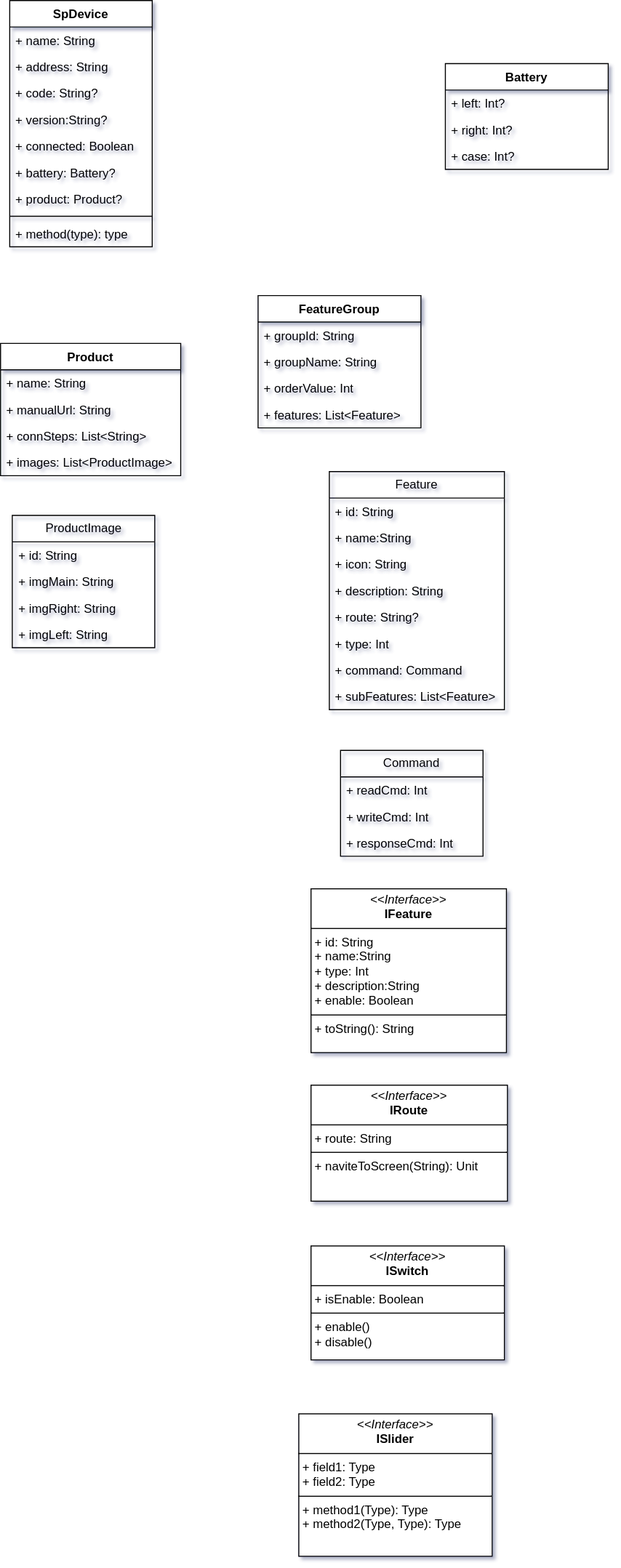
Above: 未命名绘图.drawio.svg in kekemao00/draw-libs (draw.io), before the change. Source tidied: cells renumbered, new cells last; positions are measured from the earlier drawing's top-left corner, leaving out a move shared by most shapes. Its diagram source:
```xml
<mxGraphModel shadow="1">
  <root>
    <mxCell id="0" />
    <mxCell id="1" parent="0" />
    <mxCell id="2" value="SpDevice" style="swimlane;fontStyle=1;align=center;verticalAlign=top;horizontal=1;startSize=26;whiteSpace=wrap;html=1;labelBackgroundColor=none;rounded=0;" parent="1" vertex="1">
      <mxGeometry x="9" width="140" height="242" as="geometry" />
    </mxCell>
    <mxCell id="3" value="+ name: String" style="text;strokeColor=none;fillColor=none;align=left;verticalAlign=top;spacingLeft=4;spacingRight=4;overflow=hidden;whiteSpace=wrap;html=1;labelBackgroundColor=none;rounded=0;" parent="2" vertex="1">
      <mxGeometry y="26" width="140" height="26" as="geometry" />
    </mxCell>
    <mxCell id="4" value="+ address: String" style="text;strokeColor=none;fillColor=none;align=left;verticalAlign=top;spacingLeft=4;spacingRight=4;overflow=hidden;whiteSpace=wrap;html=1;labelBackgroundColor=none;rounded=0;" parent="2" vertex="1">
      <mxGeometry y="52" width="140" height="26" as="geometry" />
    </mxCell>
    <mxCell id="5" value="+ code: String?" style="text;strokeColor=none;fillColor=none;align=left;verticalAlign=top;spacingLeft=4;spacingRight=4;overflow=hidden;whiteSpace=wrap;html=1;labelBackgroundColor=none;rounded=0;" parent="2" vertex="1">
      <mxGeometry y="78" width="140" height="26" as="geometry" />
    </mxCell>
    <mxCell id="6" value="+ version:String?" style="text;strokeColor=none;fillColor=none;align=left;verticalAlign=top;spacingLeft=4;spacingRight=4;overflow=hidden;whiteSpace=wrap;html=1;labelBackgroundColor=none;rounded=0;" parent="2" vertex="1">
      <mxGeometry y="104" width="140" height="26" as="geometry" />
    </mxCell>
    <mxCell id="7" value="+ connected: Boolean" style="text;strokeColor=none;fillColor=none;align=left;verticalAlign=top;spacingLeft=4;spacingRight=4;overflow=hidden;whiteSpace=wrap;html=1;labelBackgroundColor=none;rounded=0;" parent="2" vertex="1">
      <mxGeometry y="130" width="140" height="26" as="geometry" />
    </mxCell>
    <mxCell id="8" value="+ battery: Battery?&lt;div&gt;&lt;br&gt;&lt;/div&gt;" style="text;strokeColor=none;fillColor=none;align=left;verticalAlign=top;spacingLeft=4;spacingRight=4;overflow=hidden;whiteSpace=wrap;html=1;labelBackgroundColor=none;rounded=0;" parent="2" vertex="1">
      <mxGeometry y="156" width="140" height="26" as="geometry" />
    </mxCell>
    <mxCell id="9" value="+ product: Product?" style="text;strokeColor=none;fillColor=none;align=left;verticalAlign=top;spacingLeft=4;spacingRight=4;overflow=hidden;whiteSpace=wrap;html=1;labelBackgroundColor=none;rounded=0;" parent="2" vertex="1">
      <mxGeometry y="182" width="140" height="26" as="geometry" />
    </mxCell>
    <mxCell id="10" style="line;strokeWidth=1;fillColor=none;align=left;verticalAlign=middle;spacingTop=-1;spacingLeft=3;spacingRight=3;labelPosition=right;labelBackgroundColor=none;rounded=0;" parent="2" vertex="1">
      <mxGeometry y="208" width="140" height="8" as="geometry" />
    </mxCell>
    <mxCell id="11" value="+ method(type): type" style="text;strokeColor=none;fillColor=none;align=left;verticalAlign=top;spacingLeft=4;spacingRight=4;overflow=hidden;whiteSpace=wrap;html=1;labelBackgroundColor=none;rounded=0;" parent="2" vertex="1">
      <mxGeometry y="216" width="140" height="26" as="geometry" />
    </mxCell>
    <mxCell id="12" value="Battery" style="swimlane;fontStyle=1;align=center;verticalAlign=top;horizontal=1;startSize=26;whiteSpace=wrap;html=1;labelBackgroundColor=none;rounded=0;" parent="1" vertex="1">
      <mxGeometry x="437" y="62" width="160" height="104" as="geometry" />
    </mxCell>
    <mxCell id="13" value="+&amp;nbsp;left: Int?" style="text;strokeColor=none;fillColor=none;align=left;verticalAlign=top;spacingLeft=4;spacingRight=4;overflow=hidden;whiteSpace=wrap;html=1;labelBackgroundColor=none;rounded=0;" parent="12" vertex="1">
      <mxGeometry y="26" width="160" height="26" as="geometry" />
    </mxCell>
    <mxCell id="14" value="+ right&lt;span style=&quot;background-color: transparent; color: light-dark(rgb(0, 0, 0), rgb(255, 255, 255));&quot;&gt;: Int?&lt;/span&gt;" style="text;strokeColor=none;fillColor=none;align=left;verticalAlign=top;spacingLeft=4;spacingRight=4;overflow=hidden;whiteSpace=wrap;html=1;labelBackgroundColor=none;rounded=0;" parent="12" vertex="1">
      <mxGeometry y="52" width="160" height="26" as="geometry" />
    </mxCell>
    <mxCell id="15" value="+ case: Int?" style="text;strokeColor=none;fillColor=none;align=left;verticalAlign=top;spacingLeft=4;spacingRight=4;overflow=hidden;whiteSpace=wrap;html=1;labelBackgroundColor=none;rounded=0;" parent="12" vertex="1">
      <mxGeometry y="78" width="160" height="26" as="geometry" />
    </mxCell>
    <mxCell id="16" value="Product" style="swimlane;fontStyle=1;align=center;verticalAlign=top;horizontal=1;startSize=26;whiteSpace=wrap;html=1;labelBackgroundColor=none;rounded=0;" parent="1" vertex="1">
      <mxGeometry y="337" width="177" height="130" as="geometry" />
    </mxCell>
    <mxCell id="17" value="+ name: String" style="text;strokeColor=none;fillColor=none;align=left;verticalAlign=top;spacingLeft=4;spacingRight=4;overflow=hidden;whiteSpace=wrap;html=1;labelBackgroundColor=none;rounded=0;" parent="16" vertex="1">
      <mxGeometry y="26" width="177" height="26" as="geometry" />
    </mxCell>
    <mxCell id="18" value="+ manualUrl: String" style="text;strokeColor=none;fillColor=none;align=left;verticalAlign=top;spacingLeft=4;spacingRight=4;overflow=hidden;whiteSpace=wrap;html=1;" parent="16" vertex="1">
      <mxGeometry y="52" width="177" height="26" as="geometry" />
    </mxCell>
    <mxCell id="19" value="+ connSteps: List&amp;lt;String&amp;gt;" style="text;strokeColor=none;fillColor=none;align=left;verticalAlign=top;spacingLeft=4;spacingRight=4;overflow=hidden;whiteSpace=wrap;html=1;" parent="16" vertex="1">
      <mxGeometry y="78" width="177" height="26" as="geometry" />
    </mxCell>
    <mxCell id="20" value="+ images: List&amp;lt;ProductImage&amp;gt;" style="text;strokeColor=none;fillColor=none;align=left;verticalAlign=top;spacingLeft=4;spacingRight=4;overflow=hidden;whiteSpace=wrap;html=1;" parent="16" vertex="1">
      <mxGeometry y="104" width="177" height="26" as="geometry" />
    </mxCell>
    <mxCell id="21" value="ProductImage" style="swimlane;fontStyle=0;horizontal=1;startSize=26;fillColor=none;whiteSpace=wrap;html=1;" parent="1" vertex="1">
      <mxGeometry x="11.5" y="506" width="140" height="130" as="geometry" />
    </mxCell>
    <mxCell id="22" value="+ id: String" style="text;strokeColor=none;fillColor=none;align=left;verticalAlign=top;spacingLeft=4;spacingRight=4;overflow=hidden;whiteSpace=wrap;html=1;" parent="21" vertex="1">
      <mxGeometry y="26" width="140" height="26" as="geometry" />
    </mxCell>
    <mxCell id="23" value="+ imgMain: String" style="text;strokeColor=none;fillColor=none;align=left;verticalAlign=top;spacingLeft=4;spacingRight=4;overflow=hidden;whiteSpace=wrap;html=1;labelBackgroundColor=none;rounded=0;" parent="21" vertex="1">
      <mxGeometry y="52" width="140" height="26" as="geometry" />
    </mxCell>
    <mxCell id="24" value="+ imgRight: String" style="text;strokeColor=none;fillColor=none;align=left;verticalAlign=top;spacingLeft=4;spacingRight=4;overflow=hidden;whiteSpace=wrap;html=1;labelBackgroundColor=none;rounded=0;" parent="21" vertex="1">
      <mxGeometry y="78" width="140" height="26" as="geometry" />
    </mxCell>
    <mxCell id="25" value="+ img&lt;span style=&quot;background-color: transparent; color: light-dark(rgb(0, 0, 0), rgb(255, 255, 255));&quot;&gt;Left: String&lt;/span&gt;" style="text;strokeColor=none;fillColor=none;align=left;verticalAlign=top;spacingLeft=4;spacingRight=4;overflow=hidden;whiteSpace=wrap;html=1;labelBackgroundColor=none;rounded=0;" parent="21" vertex="1">
      <mxGeometry y="104" width="140" height="26" as="geometry" />
    </mxCell>
    <mxCell id="26" value="FeatureGroup" style="swimlane;fontStyle=1;align=center;verticalAlign=top;horizontal=1;startSize=26;whiteSpace=wrap;html=1;" parent="1" vertex="1">
      <mxGeometry x="253" y="290" width="160" height="130" as="geometry" />
    </mxCell>
    <mxCell id="27" value="+ groupId: String" style="text;strokeColor=none;fillColor=none;align=left;verticalAlign=top;spacingLeft=4;spacingRight=4;overflow=hidden;whiteSpace=wrap;html=1;" parent="26" vertex="1">
      <mxGeometry y="26" width="160" height="26" as="geometry" />
    </mxCell>
    <mxCell id="28" value="+ groupName: String" style="text;strokeColor=none;fillColor=none;align=left;verticalAlign=top;spacingLeft=4;spacingRight=4;overflow=hidden;whiteSpace=wrap;html=1;" parent="26" vertex="1">
      <mxGeometry y="52" width="160" height="26" as="geometry" />
    </mxCell>
    <mxCell id="29" value="+ orderValue: Int" style="text;strokeColor=none;fillColor=none;align=left;verticalAlign=top;spacingLeft=4;spacingRight=4;overflow=hidden;whiteSpace=wrap;html=1;" parent="26" vertex="1">
      <mxGeometry y="78" width="160" height="26" as="geometry" />
    </mxCell>
    <mxCell id="30" value="+ features: List&amp;lt;Feature&amp;gt;" style="text;strokeColor=none;fillColor=none;align=left;verticalAlign=top;spacingLeft=4;spacingRight=4;overflow=hidden;whiteSpace=wrap;html=1;" parent="26" vertex="1">
      <mxGeometry y="104" width="160" height="26" as="geometry" />
    </mxCell>
    <mxCell id="31" value="Feature" style="swimlane;fontStyle=0;horizontal=1;startSize=26;fillColor=none;whiteSpace=wrap;html=1;" parent="1" vertex="1">
      <mxGeometry x="323" y="463" width="172" height="234" as="geometry" />
    </mxCell>
    <mxCell id="32" value="+ id: String" style="text;strokeColor=none;fillColor=none;align=left;verticalAlign=top;spacingLeft=4;spacingRight=4;overflow=hidden;whiteSpace=wrap;html=1;" parent="31" vertex="1">
      <mxGeometry y="26" width="172" height="26" as="geometry" />
    </mxCell>
    <mxCell id="33" value="+ name:String&amp;nbsp;" style="text;strokeColor=none;fillColor=none;align=left;verticalAlign=top;spacingLeft=4;spacingRight=4;overflow=hidden;whiteSpace=wrap;html=1;" parent="31" vertex="1">
      <mxGeometry y="52" width="172" height="26" as="geometry" />
    </mxCell>
    <mxCell id="34" value="+ icon: String" style="text;strokeColor=none;fillColor=none;align=left;verticalAlign=top;spacingLeft=4;spacingRight=4;overflow=hidden;whiteSpace=wrap;html=1;" parent="31" vertex="1">
      <mxGeometry y="78" width="172" height="26" as="geometry" />
    </mxCell>
    <mxCell id="35" value="+ description: String" style="text;strokeColor=none;fillColor=none;align=left;verticalAlign=top;spacingLeft=4;spacingRight=4;overflow=hidden;whiteSpace=wrap;html=1;" parent="31" vertex="1">
      <mxGeometry y="104" width="172" height="26" as="geometry" />
    </mxCell>
    <mxCell id="36" value="+ route: String?" style="text;strokeColor=none;fillColor=none;align=left;verticalAlign=top;spacingLeft=4;spacingRight=4;overflow=hidden;whiteSpace=wrap;html=1;" parent="31" vertex="1">
      <mxGeometry y="130" width="172" height="26" as="geometry" />
    </mxCell>
    <mxCell id="37" value="+ type: Int" style="text;strokeColor=none;fillColor=none;align=left;verticalAlign=top;spacingLeft=4;spacingRight=4;overflow=hidden;whiteSpace=wrap;html=1;" parent="31" vertex="1">
      <mxGeometry y="156" width="172" height="26" as="geometry" />
    </mxCell>
    <mxCell id="38" value="+ command: Command" style="text;strokeColor=none;fillColor=none;align=left;verticalAlign=top;spacingLeft=4;spacingRight=4;overflow=hidden;whiteSpace=wrap;html=1;" parent="31" vertex="1">
      <mxGeometry y="182" width="172" height="26" as="geometry" />
    </mxCell>
    <mxCell id="39" value="+ subFeatures: List&amp;lt;Feature&amp;gt;" style="text;strokeColor=none;fillColor=none;align=left;verticalAlign=top;spacingLeft=4;spacingRight=4;overflow=hidden;whiteSpace=wrap;html=1;" parent="31" vertex="1">
      <mxGeometry y="208" width="172" height="26" as="geometry" />
    </mxCell>
    <mxCell id="40" value="Command" style="swimlane;fontStyle=0;horizontal=1;startSize=26;fillColor=none;whiteSpace=wrap;html=1;" parent="1" vertex="1">
      <mxGeometry x="334" y="737" width="140" height="104" as="geometry" />
    </mxCell>
    <mxCell id="41" value="+ readCmd: Int" style="text;strokeColor=none;fillColor=none;align=left;verticalAlign=top;spacingLeft=4;spacingRight=4;overflow=hidden;whiteSpace=wrap;html=1;" parent="40" vertex="1">
      <mxGeometry y="26" width="140" height="26" as="geometry" />
    </mxCell>
    <mxCell id="42" value="+ writeCmd: Int" style="text;strokeColor=none;fillColor=none;align=left;verticalAlign=top;spacingLeft=4;spacingRight=4;overflow=hidden;whiteSpace=wrap;html=1;" parent="40" vertex="1">
      <mxGeometry y="52" width="140" height="26" as="geometry" />
    </mxCell>
    <mxCell id="43" value="+ responseCmd: Int" style="text;strokeColor=none;fillColor=none;align=left;verticalAlign=top;spacingLeft=4;spacingRight=4;overflow=hidden;whiteSpace=wrap;html=1;" parent="40" vertex="1">
      <mxGeometry y="78" width="140" height="26" as="geometry" />
    </mxCell>
    <mxCell id="44" value="&lt;p style=&quot;margin:0px;margin-top:4px;text-align:center;&quot;&gt;&lt;i&gt;&amp;lt;&amp;lt;Interface&amp;gt;&amp;gt;&lt;/i&gt;&lt;br&gt;&lt;b&gt;IFeature&lt;/b&gt;&lt;/p&gt;&lt;hr size=&quot;1&quot; style=&quot;border-style:solid;&quot;&gt;&lt;p style=&quot;margin:0px;margin-left:4px;&quot;&gt;+ id: String&lt;br&gt;+ name:String&lt;br&gt;+ type: Int&lt;br&gt;+ description:String&lt;br&gt;+&amp;nbsp;enable: Boolean&lt;/p&gt;&lt;hr size=&quot;1&quot; style=&quot;border-style:solid;&quot;&gt;&lt;p style=&quot;margin:0px;margin-left:4px;&quot;&gt;+ toString(): String&lt;br&gt;&lt;/p&gt;" style="verticalAlign=top;align=left;overflow=fill;html=1;whiteSpace=wrap;" parent="1" vertex="1">
      <mxGeometry x="305" y="873" width="192" height="161" as="geometry" />
    </mxCell>
    <mxCell id="45" value="&lt;p style=&quot;margin:0px;margin-top:4px;text-align:center;&quot;&gt;&lt;i&gt;&amp;lt;&amp;lt;Interface&amp;gt;&amp;gt;&lt;/i&gt;&lt;br&gt;&lt;b&gt;ISwitch&lt;/b&gt;&lt;/p&gt;&lt;hr size=&quot;1&quot; style=&quot;border-style:solid;&quot;&gt;&lt;p style=&quot;margin:0px;margin-left:4px;&quot;&gt;+ isEnable: Boolean&lt;br&gt;&lt;/p&gt;&lt;hr size=&quot;1&quot; style=&quot;border-style:solid;&quot;&gt;&lt;p style=&quot;margin:0px;margin-left:4px;&quot;&gt;+ enable()&lt;br&gt;+ disable()&lt;/p&gt;" style="verticalAlign=top;align=left;overflow=fill;html=1;whiteSpace=wrap;" parent="1" vertex="1">
      <mxGeometry x="305" y="1224" width="190" height="112" as="geometry" />
    </mxCell>
    <mxCell id="46" value="&lt;p style=&quot;margin:0px;margin-top:4px;text-align:center;&quot;&gt;&lt;i&gt;&amp;lt;&amp;lt;Interface&amp;gt;&amp;gt;&lt;/i&gt;&lt;br&gt;&lt;b&gt;IRoute&lt;/b&gt;&lt;/p&gt;&lt;hr size=&quot;1&quot; style=&quot;border-style:solid;&quot;&gt;&lt;p style=&quot;margin:0px;margin-left:4px;&quot;&gt;+ route: String&lt;/p&gt;&lt;hr size=&quot;1&quot; style=&quot;border-style:solid;&quot;&gt;&lt;p style=&quot;margin:0px;margin-left:4px;&quot;&gt;+ naviteToScreen(String): Unit&lt;br&gt;&lt;/p&gt;" style="verticalAlign=top;align=left;overflow=fill;html=1;whiteSpace=wrap;" parent="1" vertex="1">
      <mxGeometry x="305" y="1066" width="193" height="114" as="geometry" />
    </mxCell>
    <mxCell id="47" value="&lt;p style=&quot;margin:0px;margin-top:4px;text-align:center;&quot;&gt;&lt;i&gt;&amp;lt;&amp;lt;Interface&amp;gt;&amp;gt;&lt;/i&gt;&lt;br&gt;&lt;b&gt;ISlider&lt;/b&gt;&lt;/p&gt;&lt;hr size=&quot;1&quot; style=&quot;border-style:solid;&quot;&gt;&lt;p style=&quot;margin:0px;margin-left:4px;&quot;&gt;+ field1: Type&lt;br&gt;+ field2: Type&lt;/p&gt;&lt;hr size=&quot;1&quot; style=&quot;border-style:solid;&quot;&gt;&lt;p style=&quot;margin:0px;margin-left:4px;&quot;&gt;+ method1(Type): Type&lt;br&gt;+ method2(Type, Type): Type&lt;/p&gt;" style="verticalAlign=top;align=left;overflow=fill;html=1;whiteSpace=wrap;" parent="1" vertex="1">
      <mxGeometry x="293" y="1389" width="190" height="140" as="geometry" />
    </mxCell>
  </root>
</mxGraphModel>
```
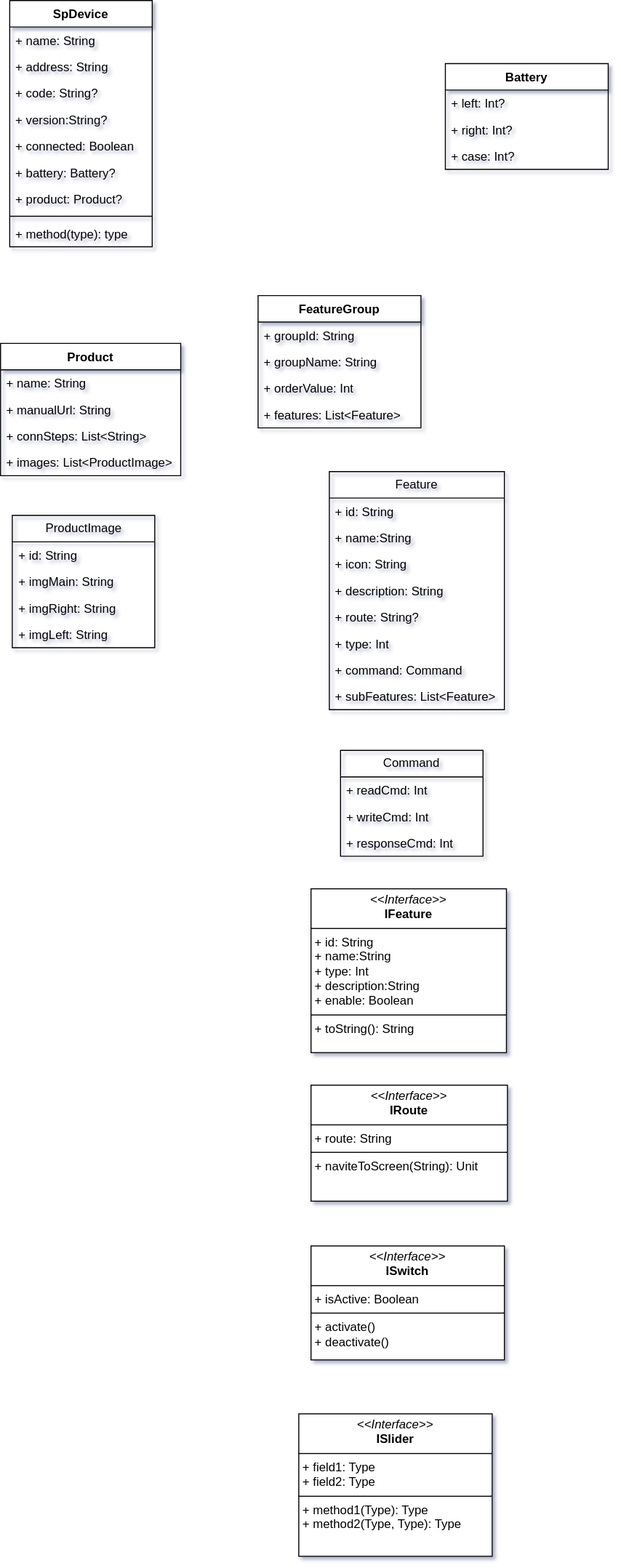
The same file after the commit.

Commit message:
更新未命名绘图.drawio.svg

What changed in the source:
```diff
@@ -131,7 +131,7 @@
     <mxCell id="44" value="&lt;p style=&quot;margin:0px;margin-top:4px;text-align:center;&quot;&gt;&lt;i&gt;&amp;lt;&amp;lt;Interface&amp;gt;&amp;gt;&lt;/i&gt;&lt;br&gt;&lt;b&gt;IFeature&lt;/b&gt;&lt;/p&gt;&lt;hr size=&quot;1&quot; style=&quot;border-style:solid;&quot;&gt;&lt;p style=&quot;margin:0px;margin-left:4px;&quot;&gt;+ id: String&lt;br&gt;+ name:String&lt;br&gt;+ type: Int&lt;br&gt;+ description:String&lt;br&gt;+&amp;nbsp;enable: Boolean&lt;/p&gt;&lt;hr size=&quot;1&quot; style=&quot;border-style:solid;&quot;&gt;&lt;p style=&quot;margin:0px;margin-left:4px;&quot;&gt;+ toString(): String&lt;br&gt;&lt;/p&gt;" style="verticalAlign=top;align=left;overflow=fill;html=1;whiteSpace=wrap;" parent="1" vertex="1">
       <mxGeometry x="305" y="873" width="192" height="161" as="geometry" />
     </mxCell>
-    <mxCell id="45" value="&lt;p style=&quot;margin:0px;margin-top:4px;text-align:center;&quot;&gt;&lt;i&gt;&amp;lt;&amp;lt;Interface&amp;gt;&amp;gt;&lt;/i&gt;&lt;br&gt;&lt;b&gt;ISwitch&lt;/b&gt;&lt;/p&gt;&lt;hr size=&quot;1&quot; style=&quot;border-style:solid;&quot;&gt;&lt;p style=&quot;margin:0px;margin-left:4px;&quot;&gt;+ isEnable: Boolean&lt;br&gt;&lt;/p&gt;&lt;hr size=&quot;1&quot; style=&quot;border-style:solid;&quot;&gt;&lt;p style=&quot;margin:0px;margin-left:4px;&quot;&gt;+ enable()&lt;br&gt;+ disable()&lt;/p&gt;" style="verticalAlign=top;align=left;overflow=fill;html=1;whiteSpace=wrap;" parent="1" vertex="1">
+    <mxCell id="45" value="&lt;p style=&quot;margin:0px;margin-top:4px;text-align:center;&quot;&gt;&lt;i&gt;&amp;lt;&amp;lt;Interface&amp;gt;&amp;gt;&lt;/i&gt;&lt;br&gt;&lt;b&gt;ISwitch&lt;/b&gt;&lt;/p&gt;&lt;hr size=&quot;1&quot; style=&quot;border-style:solid;&quot;&gt;&lt;p style=&quot;margin:0px;margin-left:4px;&quot;&gt;+ isActive: Boolean&lt;br&gt;&lt;/p&gt;&lt;hr size=&quot;1&quot; style=&quot;border-style:solid;&quot;&gt;&lt;p style=&quot;margin:0px;margin-left:4px;&quot;&gt;+ activate()&lt;br&gt;+ deactivate()&lt;/p&gt;" style="verticalAlign=top;align=left;overflow=fill;html=1;whiteSpace=wrap;" parent="1" vertex="1">
       <mxGeometry x="305" y="1224" width="190" height="112" as="geometry" />
     </mxCell>
     <mxCell id="46" value="&lt;p style=&quot;margin:0px;margin-top:4px;text-align:center;&quot;&gt;&lt;i&gt;&amp;lt;&amp;lt;Interface&amp;gt;&amp;gt;&lt;/i&gt;&lt;br&gt;&lt;b&gt;IRoute&lt;/b&gt;&lt;/p&gt;&lt;hr size=&quot;1&quot; style=&quot;border-style:solid;&quot;&gt;&lt;p style=&quot;margin:0px;margin-left:4px;&quot;&gt;+ route: String&lt;/p&gt;&lt;hr size=&quot;1&quot; style=&quot;border-style:solid;&quot;&gt;&lt;p style=&quot;margin:0px;margin-left:4px;&quot;&gt;+ naviteToScreen(String): Unit&lt;br&gt;&lt;/p&gt;" style="verticalAlign=top;align=left;overflow=fill;html=1;whiteSpace=wrap;" parent="1" vertex="1">
```
